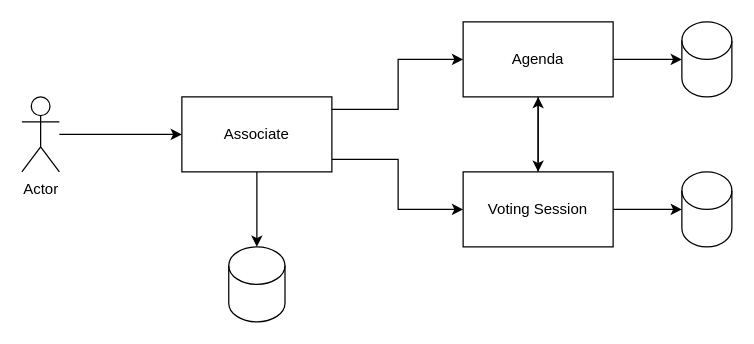
Earlier version of the draw.io diagram Diagram.drawio (lucasrbr96/sistema-de-votacao). Source tidied: cells renumbered, new cells numbered last; positions are measured from the earlier drawing's top-left corner, leaving out a move shared by most shapes. Both pictures are drawn from the tidied source at 125%, with x=0, y=0 at pixel (21, 21).
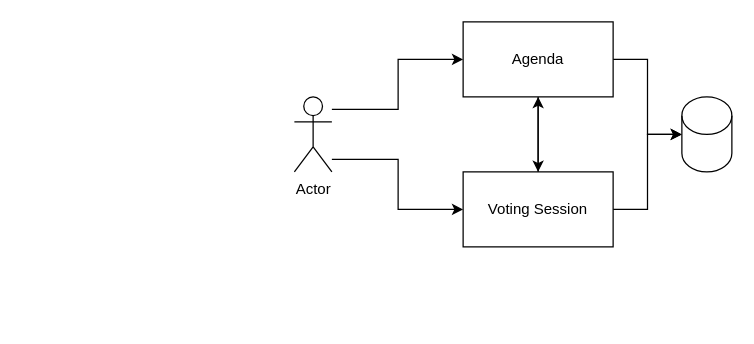
After the change.

Unchanged cells that the change refers to:
```xml
<mxCell id="4" value="Agenda" style="rounded=0;whiteSpace=wrap;html=1;" parent="1" vertex="1">
  <mxGeometry x="353" width="120" height="60" as="geometry" />
</mxCell>
<mxCell id="7" value="Voting Session" style="rounded=0;whiteSpace=wrap;html=1;" parent="1" vertex="1">
  <mxGeometry x="353" y="120" width="120" height="60" as="geometry" />
</mxCell>
```

Change to the diagram source:
```diff
@@
-    <mxCell id="5" style="edgeStyle=orthogonalEdgeStyle;rounded=0;jettySize=auto;html=1;entryX=0;entryY=0.5;entryDx=0;entryDy=0;entryPerimeter=0;" parent="1" edge="1" source="7" target="13">
-      <mxGeometry relative="1" as="geometry" />
-    </mxCell>
@@
+    <mxCell id="17" style="edgeStyle=orthogonalEdgeStyle;rounded=0;jettySize=auto;html=1;entryX=0;entryY=0.5;entryDx=0;entryDy=0;entryPerimeter=0;" parent="1" edge="1" source="7" target="12">
+      <mxGeometry relative="1" as="geometry" />
+    </mxCell>
@@
-    <mxCell id="8" style="edgeStyle=orthogonalEdgeStyle;rounded=0;jettySize=auto;html=1;entryX=0;entryY=0.5;entryDx=0;entryDy=0;" parent="1" edge="1" source="11" target="4">
+    <mxCell id="8" style="edgeStyle=orthogonalEdgeStyle;rounded=0;jettySize=auto;html=1;entryX=0;entryY=0.5;entryDx=0;entryDy=0;" parent="1" edge="1" target="4">
       <mxGeometry relative="1" as="geometry">
+        <mxPoint x="248" y="70" as="sourcePoint" />
         <Array as="points">
           <mxPoint x="301" y="70" />
           <mxPoint x="301" y="30" />
         </Array>
       </mxGeometry>
     </mxCell>
-    <mxCell id="9" style="edgeStyle=orthogonalEdgeStyle;rounded=0;jettySize=auto;html=1;entryX=0;entryY=0.5;entryDx=0;entryDy=0;" parent="1" edge="1" source="11" target="7">
+    <mxCell id="9" style="edgeStyle=orthogonalEdgeStyle;rounded=0;jettySize=auto;html=1;entryX=0;entryY=0.5;entryDx=0;entryDy=0;" parent="1" edge="1" target="7">
       <mxGeometry relative="1" as="geometry">
+        <mxPoint x="248" y="110" as="sourcePoint" />
         <Array as="points">
           <mxPoint x="301" y="110" />
           <mxPoint x="301" y="150" />
         </Array>
       </mxGeometry>
     </mxCell>
-    <mxCell id="10" style="edgeStyle=orthogonalEdgeStyle;rounded=0;jettySize=auto;html=1;" parent="1" edge="1" source="11" target="14">
-      <mxGeometry relative="1" as="geometry" />
-    </mxCell>
-    <mxCell id="11" value="Associate" style="rounded=0;whiteSpace=wrap;html=1;" parent="1" vertex="1">
-      <mxGeometry x="128" y="60" width="120" height="60" as="geometry" />
-    </mxCell>
     <mxCell id="12" style="shape=cylinder3;whiteSpace=wrap;html=1;boundedLbl=1;backgroundOutline=1;size=15;" parent="1" vertex="1">
-      <mxGeometry x="528" width="40" height="60" as="geometry" />
+      <mxGeometry x="528" y="60" width="40" height="60" as="geometry" />
     </mxCell>
-    <mxCell id="13" style="shape=cylinder3;whiteSpace=wrap;html=1;boundedLbl=1;backgroundOutline=1;size=15;" parent="1" vertex="1">
-      <mxGeometry x="528" y="120" width="40" height="60" as="geometry" />
-    </mxCell>
-    <mxCell id="14" style="shape=cylinder3;whiteSpace=wrap;html=1;boundedLbl=1;backgroundOutline=1;size=15;" parent="1" vertex="1">
-      <mxGeometry x="165.5" y="180" width="45" height="60" as="geometry" />
-    </mxCell>
-    <mxCell id="15" style="edgeStyle=orthogonalEdgeStyle;rounded=0;jettySize=auto;html=1;" parent="1" edge="1" source="16" target="11">
-      <mxGeometry relative="1" as="geometry" />
-    </mxCell>
     <mxCell id="16" value="Actor" style="shape=umlActor;verticalLabelPosition=bottom;verticalAlign=top;html=1;outlineConnect=0;" parent="1" vertex="1">
-      <mxGeometry y="60" width="30" height="60" as="geometry" />
+      <mxGeometry x="218" y="60" width="30" height="60" as="geometry" />
     </mxCell>
```
